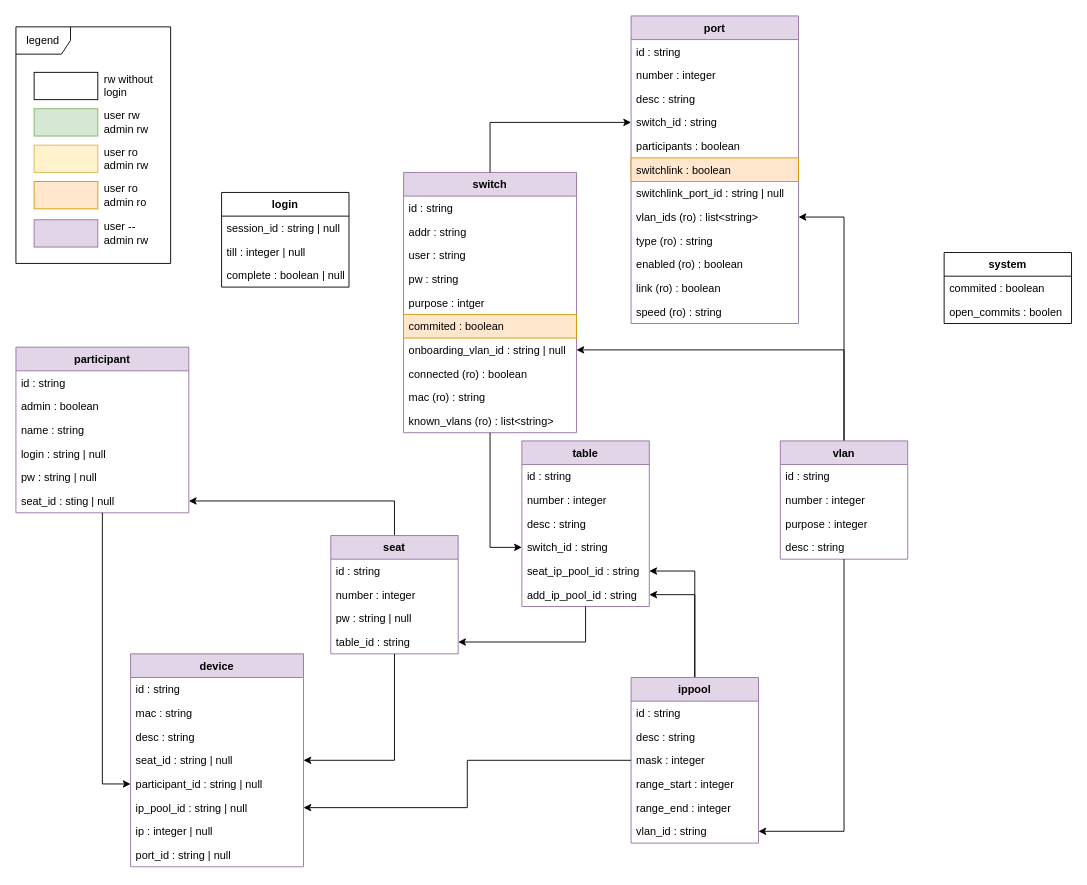
Before: docs/api.drawio in nils-ost/LanPartyOnboardingSystem, a draw.io diagram. Source tidied: cells renumbered, new cells numbered last; positions are measured from the earlier drawing's top-left corner, leaving out a move shared by most shapes. Both pictures are drawn from the tidied source at 91%, with x=0, y=0 at pixel (15, 15).
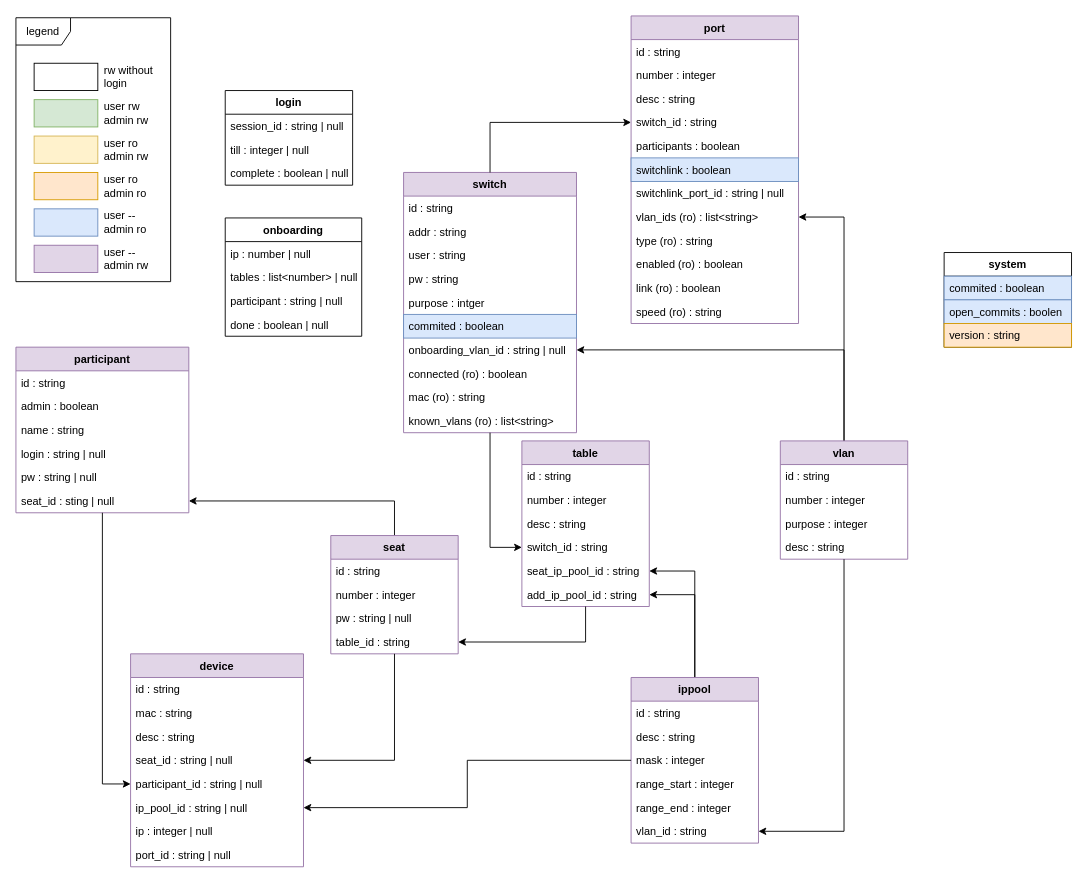
After the change.

The change refers to these unchanged cells:
```xml
<mxCell id="30" value="switch" style="swimlane;fontStyle=1;horizontal=1;startSize=26;fillColor=#e1d5e7;strokeColor=#9673a6;" parent="1" vertex="1">
  <mxGeometry x="426" y="172" width="190" height="286" as="geometry" />
</mxCell>
<mxCell id="68" value="port" style="swimlane;fontStyle=1;horizontal=1;startSize=26;fillColor=#e1d5e7;strokeColor=#9673a6;" parent="1" vertex="1">
  <mxGeometry x="676" width="184" height="338" as="geometry" />
</mxCell>
```

The edit, as a diff of the source:
```diff
@@
     <mxCell id="2" value="login" style="swimlane;fontStyle=1;horizontal=1;startSize=26;fillColor=none;" parent="1" vertex="1">
-      <mxGeometry x="226" y="194" width="140" height="104" as="geometry" />
+      <mxGeometry x="230" y="82" width="140" height="104" as="geometry" />
     </mxCell>
@@
-    <mxCell id="36" value="commited : boolean" style="text;strokeColor=#d79b00;fillColor=#ffe6cc;align=left;verticalAlign=top;spacingLeft=4;spacingRight=4;overflow=hidden;" parent="30" vertex="1">
+    <mxCell id="36" value="commited : boolean" style="text;strokeColor=#6c8ebf;fillColor=#dae8fc;align=left;verticalAlign=top;spacingLeft=4;spacingRight=4;overflow=hidden;" parent="30" vertex="1">
       <mxGeometry y="156" width="190" height="26" as="geometry" />
     </mxCell>
@@
-    <mxCell id="74" value="switchlink : boolean" style="text;strokeColor=#d79b00;fillColor=#ffe6cc;align=left;verticalAlign=top;spacingLeft=4;spacingRight=4;overflow=hidden;" parent="68" vertex="1">
+    <mxCell id="74" value="switchlink : boolean" style="text;strokeColor=#6c8ebf;fillColor=#dae8fc;align=left;verticalAlign=top;spacingLeft=4;spacingRight=4;overflow=hidden;" parent="68" vertex="1">
       <mxGeometry y="156" width="184" height="26" as="geometry" />
     </mxCell>
@@
-    <mxCell id="82" style="group;" parent="1" vertex="1">
-      <mxGeometry y="12" width="170" height="260" as="geometry" />
-    </mxCell>
+    <mxCell id="89" value="system" style="swimlane;fontStyle=1;horizontal=1;startSize=26;fillColor=none;" parent="1" vertex="1">
+      <mxGeometry x="1020" y="260" width="140" height="104" as="geometry" />
+    </mxCell>
+    <mxCell id="90" value="commited : boolean" style="text;strokeColor=#6c8ebf;fillColor=#dae8fc;align=left;verticalAlign=top;spacingLeft=4;spacingRight=4;overflow=hidden;" parent="89" vertex="1">
+      <mxGeometry y="26" width="140" height="26" as="geometry" />
+    </mxCell>
+    <mxCell id="91" value="open_commits : boolen" style="text;strokeColor=#6c8ebf;fillColor=#dae8fc;align=left;verticalAlign=top;spacingLeft=4;spacingRight=4;overflow=hidden;" parent="89" vertex="1">
+      <mxGeometry y="52" width="140" height="26" as="geometry" />
+    </mxCell>
+    <mxCell id="92" value="version : string" style="text;strokeColor=#d79b00;fillColor=#ffe6cc;align=left;verticalAlign=top;spacingLeft=4;spacingRight=4;overflow=hidden;" parent="89" vertex="1">
+      <mxGeometry y="78" width="140" height="26" as="geometry" />
+    </mxCell>
+    <mxCell id="93" value="onboarding" style="swimlane;fontStyle=1;horizontal=1;startSize=26;fillColor=none;" parent="1" vertex="1">
+      <mxGeometry x="230" y="222" width="150" height="130" as="geometry" />
+    </mxCell>
+    <mxCell id="94" value="ip : number | null" style="text;strokeColor=none;fillColor=none;align=left;verticalAlign=top;spacingLeft=4;spacingRight=4;overflow=hidden;" parent="93" vertex="1">
+      <mxGeometry y="26" width="150" height="26" as="geometry" />
+    </mxCell>
+    <mxCell id="95" value="tables : list&lt;number&gt; | null" style="text;strokeColor=none;fillColor=none;align=left;verticalAlign=top;spacingLeft=4;spacingRight=4;overflow=hidden;" parent="93" vertex="1">
+      <mxGeometry y="52" width="150" height="26" as="geometry" />
+    </mxCell>
+    <mxCell id="96" value="participant : string | null" style="text;strokeColor=none;fillColor=none;align=left;verticalAlign=top;spacingLeft=4;spacingRight=4;overflow=hidden;" parent="93" vertex="1">
+      <mxGeometry y="78" width="150" height="26" as="geometry" />
+    </mxCell>
+    <mxCell id="97" value="done : boolean | null" style="text;strokeColor=none;fillColor=none;align=left;verticalAlign=top;spacingLeft=4;spacingRight=4;overflow=hidden;" parent="93" vertex="1">
+      <mxGeometry y="104" width="150" height="26" as="geometry" />
+    </mxCell>
+    <mxCell id="98" style="group;" parent="1" vertex="1">
+      <mxGeometry y="2" width="170" height="290" as="geometry" />
+    </mxCell>
-    <mxCell id="83" value="legend" style="shape=umlFrame;whiteSpace=wrap;html=1;" parent="82" vertex="1">
-      <mxGeometry width="170" height="260" as="geometry" />
+    <mxCell id="83" value="legend" style="shape=umlFrame;whiteSpace=wrap;html=1;" parent="98" vertex="1">
+      <mxGeometry width="170" height="290" as="geometry" />
     </mxCell>
-    <mxCell id="84" value="user rw&lt;br&gt;admin rw" style="rounded=0;whiteSpace=wrap;html=1;fillColor=#d5e8d4;strokeColor=#82b366;labelPosition=right;verticalLabelPosition=middle;align=left;verticalAlign=middle;spacing=7;" parent="82" vertex="1">
+    <mxCell id="84" value="user rw&lt;br&gt;admin rw" style="rounded=0;whiteSpace=wrap;html=1;fillColor=#d5e8d4;strokeColor=#82b366;labelPosition=right;verticalLabelPosition=middle;align=left;verticalAlign=middle;spacing=7;" parent="98" vertex="1">
       <mxGeometry x="20" y="90" width="70" height="30" as="geometry" />
     </mxCell>
-    <mxCell id="85" value="user ro&lt;br&gt;admin rw" style="rounded=0;whiteSpace=wrap;html=1;fillColor=#fff2cc;strokeColor=#d6b656;labelPosition=right;verticalLabelPosition=middle;align=left;verticalAlign=middle;spacing=7;" parent="82" vertex="1">
+    <mxCell id="85" value="user ro&lt;br&gt;admin rw" style="rounded=0;whiteSpace=wrap;html=1;fillColor=#fff2cc;strokeColor=#d6b656;labelPosition=right;verticalLabelPosition=middle;align=left;verticalAlign=middle;spacing=7;" parent="98" vertex="1">
       <mxGeometry x="20" y="130" width="70" height="30" as="geometry" />
     </mxCell>
-    <mxCell id="86" value="user --&lt;br&gt;admin rw" style="rounded=0;whiteSpace=wrap;html=1;fillColor=#e1d5e7;strokeColor=#9673a6;labelPosition=right;verticalLabelPosition=middle;align=left;verticalAlign=middle;spacing=7;" parent="82" vertex="1">
-      <mxGeometry x="20" y="212" width="70" height="30" as="geometry" />
+    <mxCell id="86" value="user --&lt;br&gt;admin ro" style="rounded=0;whiteSpace=wrap;html=1;fillColor=#dae8fc;strokeColor=#6c8ebf;labelPosition=right;verticalLabelPosition=middle;align=left;verticalAlign=middle;spacing=7;" parent="98" vertex="1">
+      <mxGeometry x="20" y="210" width="70" height="30" as="geometry" />
     </mxCell>
-    <mxCell id="87" value="rw without login" style="rounded=0;whiteSpace=wrap;html=1;labelPosition=right;verticalLabelPosition=middle;align=left;verticalAlign=middle;spacing=7;" parent="82" vertex="1">
+    <mxCell id="87" value="rw without login" style="rounded=0;whiteSpace=wrap;html=1;labelPosition=right;verticalLabelPosition=middle;align=left;verticalAlign=middle;spacing=7;" parent="98" vertex="1">
       <mxGeometry x="20" y="50" width="70" height="30" as="geometry" />
     </mxCell>
-    <mxCell id="88" value="user ro&lt;br&gt;admin ro" style="rounded=0;whiteSpace=wrap;html=1;fillColor=#ffe6cc;strokeColor=#d79b00;labelPosition=right;verticalLabelPosition=middle;align=left;verticalAlign=middle;spacing=7;" parent="82" vertex="1">
+    <mxCell id="88" value="user ro&lt;br&gt;admin ro" style="rounded=0;whiteSpace=wrap;html=1;fillColor=#ffe6cc;strokeColor=#d79b00;labelPosition=right;verticalLabelPosition=middle;align=left;verticalAlign=middle;spacing=7;" parent="98" vertex="1">
       <mxGeometry x="20" y="170" width="70" height="30" as="geometry" />
     </mxCell>
-    <mxCell id="89" value="system" style="swimlane;fontStyle=1;horizontal=1;startSize=26;fillColor=none;" parent="1" vertex="1">
-      <mxGeometry x="1020" y="260" width="140" height="78" as="geometry" />
-    </mxCell>
-    <mxCell id="90" value="commited : boolean" style="text;strokeColor=none;fillColor=none;align=left;verticalAlign=top;spacingLeft=4;spacingRight=4;overflow=hidden;" parent="89" vertex="1">
-      <mxGeometry y="26" width="140" height="26" as="geometry" />
-    </mxCell>
-    <mxCell id="91" value="open_commits : boolen" style="text;strokeColor=none;fillColor=none;align=left;verticalAlign=top;spacingLeft=4;spacingRight=4;overflow=hidden;" parent="89" vertex="1">
-      <mxGeometry y="52" width="140" height="26" as="geometry" />
-    </mxCell>
+    <mxCell id="99" value="user --&lt;br&gt;admin rw" style="rounded=0;whiteSpace=wrap;html=1;fillColor=#e1d5e7;strokeColor=#9673a6;labelPosition=right;verticalLabelPosition=middle;align=left;verticalAlign=middle;spacing=7;" parent="98" vertex="1">
+      <mxGeometry x="20" y="250" width="70" height="30" as="geometry" />
+    </mxCell>
```
